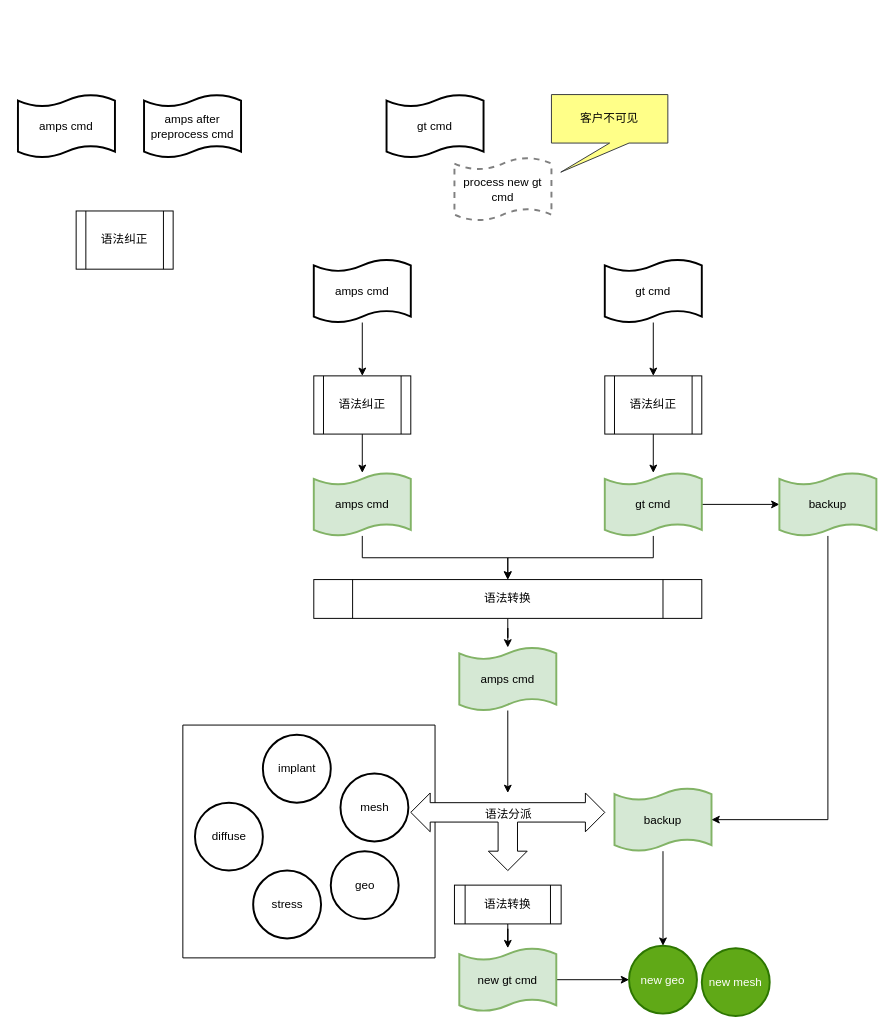
The draw.io diagram process_new_0921.drawio in FicmillaR/drawio, before the edit. Source tidied: cells renumbered, new cells numbered last; positions are measured from the earlier drawing's top-left corner, leaving out a move shared by most shapes. Both pictures are drawn from the tidied source at 97%, with x=0, y=0 at pixel (17, 94).
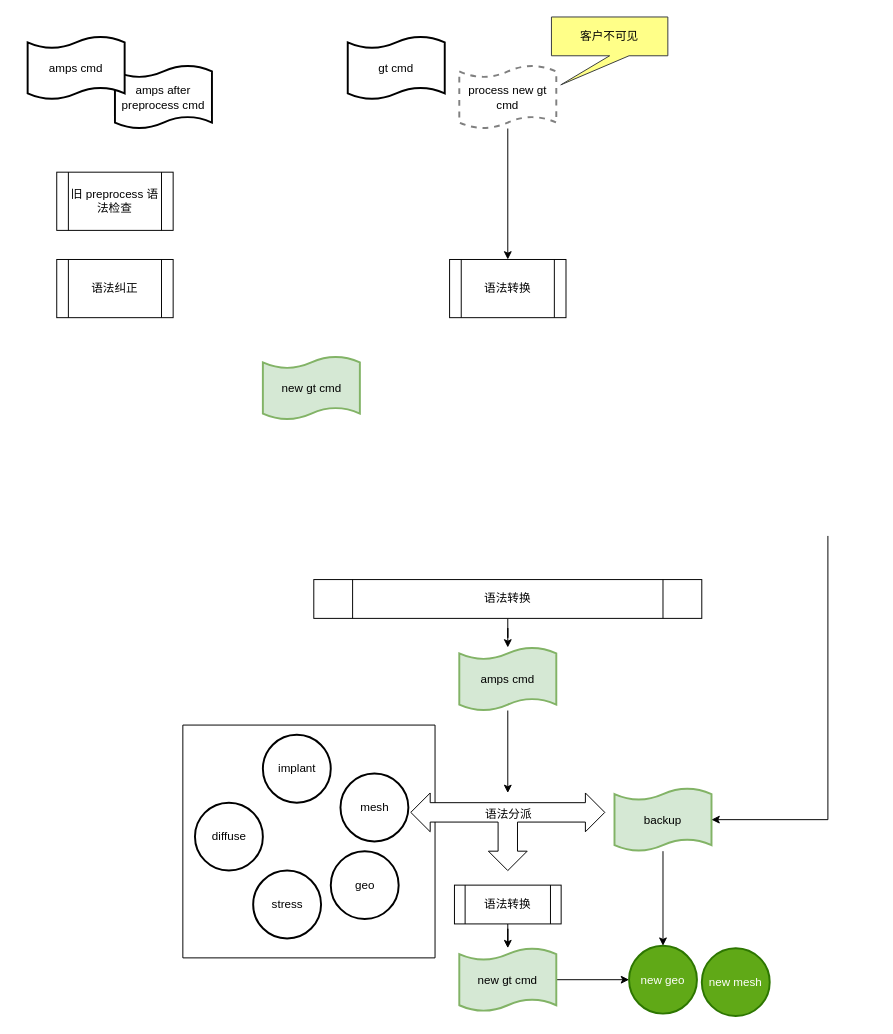
The same page after the edit.

The change refers to these unchanged cells:
```xml
<mxCell id="11" value="语法转换" style="shape=process;whiteSpace=wrap;html=1;backgroundOutline=1;" parent="1" vertex="1">
  <mxGeometry x="305" y="500" width="400" height="40" as="geometry" />
</mxCell>
<mxCell id="30" value="backup" style="shape=tape;whiteSpace=wrap;html=1;strokeWidth=2;size=0.19;fillColor=#d5e8d4;strokeColor=#82b366;" parent="1" vertex="1">
  <mxGeometry x="615" y="715" width="100" height="65" as="geometry" />
</mxCell>
```

The edit, as a diff of the source:
```diff
@@
-    <mxCell id="2" style="edgeStyle=orthogonalEdgeStyle;rounded=0;jettySize=auto;html=1;" parent="1" edge="1" source="3" target="9">
-      <mxGeometry relative="1" as="geometry" />
-    </mxCell>
-    <mxCell id="3" value="gt cmd" style="shape=tape;whiteSpace=wrap;html=1;strokeWidth=2;size=0.19;" parent="1" vertex="1">
-      <mxGeometry x="605" y="170" width="100" height="65" as="geometry" />
-    </mxCell>
-    <mxCell id="4" style="edgeStyle=orthogonalEdgeStyle;rounded=0;jettySize=auto;html=1;" parent="1" edge="1" source="5" target="7">
-      <mxGeometry relative="1" as="geometry" />
-    </mxCell>
-    <mxCell id="5" value="amps cmd" style="shape=tape;whiteSpace=wrap;html=1;strokeWidth=2;size=0.19;" parent="1" vertex="1">
-      <mxGeometry x="305" y="170" width="100" height="65" as="geometry" />
-    </mxCell>
-    <mxCell id="6" style="edgeStyle=orthogonalEdgeStyle;rounded=0;jettySize=auto;html=1;" parent="1" edge="1" source="7" target="16">
-      <mxGeometry relative="1" as="geometry" />
-    </mxCell>
-    <mxCell id="7" value="语法纠正" style="shape=process;whiteSpace=wrap;html=1;backgroundOutline=1;" parent="1" vertex="1">
-      <mxGeometry x="305" y="290" width="100" height="60" as="geometry" />
-    </mxCell>
-    <mxCell id="8" style="edgeStyle=orthogonalEdgeStyle;rounded=0;jettySize=auto;html=1;" parent="1" edge="1" source="9" target="14">
-      <mxGeometry relative="1" as="geometry" />
-    </mxCell>
-    <mxCell id="9" value="语法纠正" style="shape=process;whiteSpace=wrap;html=1;backgroundOutline=1;" parent="1" vertex="1">
-      <mxGeometry x="605" y="290" width="100" height="60" as="geometry" />
-    </mxCell>
@@
-    <mxCell id="12" style="edgeStyle=orthogonalEdgeStyle;rounded=0;jettySize=auto;html=1;" parent="1" edge="1" source="14" target="11">
-      <mxGeometry relative="1" as="geometry" />
-    </mxCell>
-    <mxCell id="13" style="edgeStyle=orthogonalEdgeStyle;rounded=0;jettySize=auto;html=1;" parent="1" edge="1" source="14" target="19">
-      <mxGeometry relative="1" as="geometry" />
-    </mxCell>
-    <mxCell id="14" value="gt cmd" style="shape=tape;whiteSpace=wrap;html=1;strokeWidth=2;size=0.19;fillColor=#d5e8d4;strokeColor=#82b366;" parent="1" vertex="1">
-      <mxGeometry x="605" y="390" width="100" height="65" as="geometry" />
-    </mxCell>
-    <mxCell id="15" style="edgeStyle=orthogonalEdgeStyle;rounded=0;jettySize=auto;html=1;" parent="1" edge="1" source="16" target="11">
-      <mxGeometry relative="1" as="geometry" />
-    </mxCell>
-    <mxCell id="16" value="amps cmd" style="shape=tape;whiteSpace=wrap;html=1;strokeWidth=2;size=0.19;fillColor=#d5e8d4;strokeColor=#82b366;" parent="1" vertex="1">
-      <mxGeometry x="305" y="390" width="100" height="65" as="geometry" />
-    </mxCell>
@@
-    <mxCell id="19" value="backup" style="shape=tape;whiteSpace=wrap;html=1;strokeWidth=2;size=0.19;fillColor=#d5e8d4;strokeColor=#82b366;" parent="1" vertex="1">
-      <mxGeometry x="785" y="390" width="100" height="65" as="geometry" />
-    </mxCell>
@@
-    <mxCell id="35" style="edgeStyle=orthogonalEdgeStyle;rounded=0;jettySize=auto;html=1;entryX=1;entryY=0.5;entryDx=0;entryDy=0;entryPerimeter=0;" parent="1" edge="1" source="19" target="30">
+    <mxCell id="35" style="edgeStyle=orthogonalEdgeStyle;rounded=0;jettySize=auto;html=1;entryX=1;entryY=0.5;entryDx=0;entryDy=0;entryPerimeter=0;" parent="1" edge="1" target="30">
       <mxGeometry relative="1" as="geometry">
+        <mxPoint x="835" y="455" as="sourcePoint" />
         <Array as="points">
           <mxPoint x="835" y="748" />
         </Array>
       </mxGeometry>
     </mxCell>
@@
     <mxCell id="37" value="amps after preprocess cmd" style="shape=tape;whiteSpace=wrap;html=1;strokeWidth=2;size=0.19;" parent="1" vertex="1">
-      <mxGeometry x="130" width="100" height="65" as="geometry" />
+      <mxGeometry x="100" y="-30" width="100" height="65" as="geometry" />
     </mxCell>
     <mxCell id="38" value="gt cmd" style="shape=tape;whiteSpace=wrap;html=1;strokeWidth=2;size=0.19;" parent="1" vertex="1">
-      <mxGeometry x="380" width="100" height="65" as="geometry" />
+      <mxGeometry x="340" y="-60" width="100" height="65" as="geometry" />
     </mxCell>
     <mxCell id="39" value="amps cmd" style="shape=tape;whiteSpace=wrap;html=1;strokeWidth=2;size=0.19;" parent="1" vertex="1">
-      <mxGeometry width="100" height="65" as="geometry" />
+      <mxGeometry x="10" y="-60" width="100" height="65" as="geometry" />
     </mxCell>
+    <mxCell id="43" style="edgeStyle=orthogonalEdgeStyle;rounded=0;jettySize=auto;html=1;" parent="1" edge="1" source="40" target="45">
+      <mxGeometry relative="1" as="geometry" />
+    </mxCell>
     <mxCell id="40" value="process new gt cmd" style="shape=tape;whiteSpace=wrap;html=1;strokeWidth=2;size=0.19;dashed=1;strokeColor=#808080;" parent="1" vertex="1">
-      <mxGeometry x="450" y="65" width="100" height="65" as="geometry" />
+      <mxGeometry x="455" y="-30" width="100" height="65" as="geometry" />
     </mxCell>
     <mxCell id="41" value="客户不可见" style="shape=callout;whiteSpace=wrap;html=1;perimeter=calloutPerimeter;position2=0.08;fillColor=#ffff88;strokeColor=#36393d;" parent="1" vertex="1">
-      <mxGeometry x="550" width="120" height="80" as="geometry" />
+      <mxGeometry x="550" y="-80" width="120" height="70" as="geometry" />
     </mxCell>
     <mxCell id="42" value="语法纠正" style="shape=process;whiteSpace=wrap;html=1;backgroundOutline=1;" parent="1" vertex="1">
-      <mxGeometry x="60" y="120" width="100" height="60" as="geometry" />
+      <mxGeometry x="40" y="170" width="120" height="60" as="geometry" />
     </mxCell>
+    <mxCell id="44" value="旧 preprocess 语法检查" style="shape=process;whiteSpace=wrap;html=1;backgroundOutline=1;" parent="1" vertex="1">
+      <mxGeometry x="40" y="80" width="120" height="60" as="geometry" />
+    </mxCell>
+    <mxCell id="45" value="语法转换" style="shape=process;whiteSpace=wrap;html=1;backgroundOutline=1;" parent="1" vertex="1">
+      <mxGeometry x="445" y="170" width="120" height="60" as="geometry" />
+    </mxCell>
+    <mxCell id="46" value="new gt cmd" style="shape=tape;whiteSpace=wrap;html=1;strokeWidth=2;size=0.19;fillColor=#d5e8d4;strokeColor=#82b366;" parent="1" vertex="1">
+      <mxGeometry x="252.5" y="270" width="100" height="65" as="geometry" />
+    </mxCell>
```
